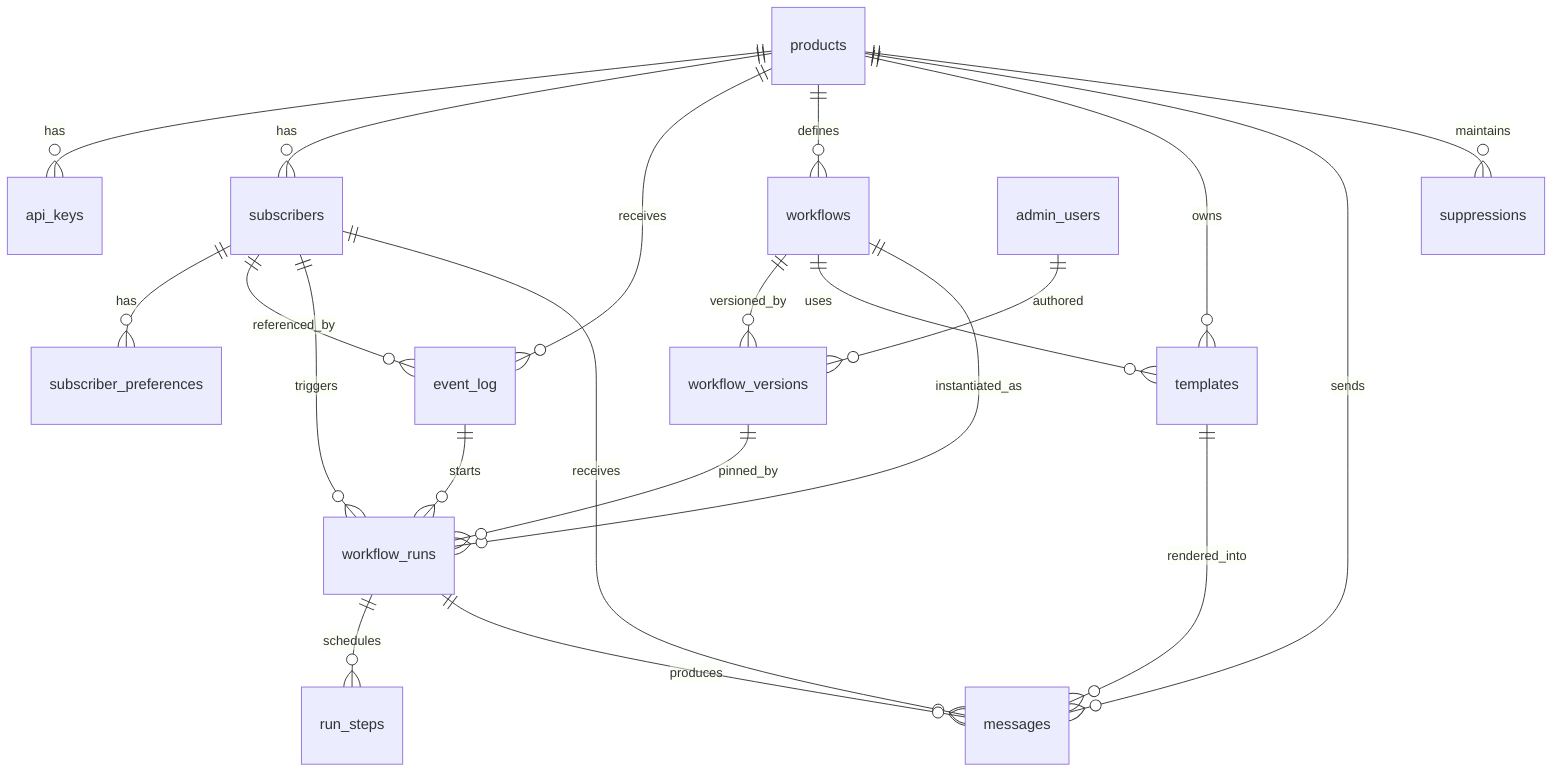
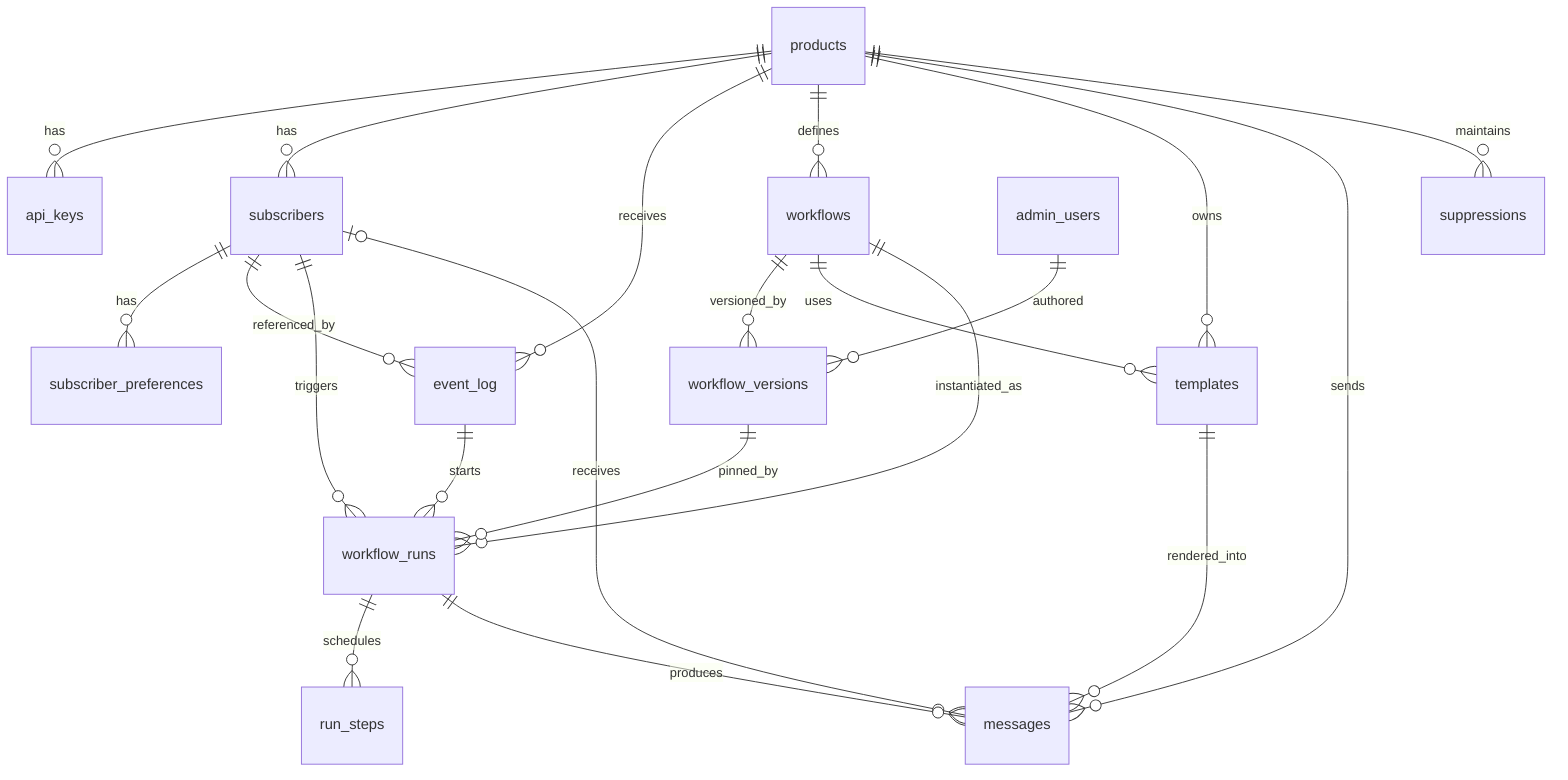
erDiagram
  products ||--o{ api_keys : has
  products ||--o{ subscribers : has
  products ||--o{ event_log : receives
  products ||--o{ workflows : defines
  products ||--o{ templates : owns
  products ||--o{ messages : sends
  products ||--o{ suppressions : maintains
  subscribers ||--o{ subscriber_preferences : has
  subscribers ||--o{ event_log : referenced_by
  subscribers ||--o{ workflow_runs : triggers
-   subscribers ||--o{ messages : receives
+   subscribers |o--o{ messages : receives
  workflows ||--o{ workflow_versions : versioned_by
  workflows ||--o{ templates : uses
  workflows ||--o{ workflow_runs : instantiated_as
  workflow_versions ||--o{ workflow_runs : pinned_by
  workflow_runs ||--o{ run_steps : schedules
  workflow_runs ||--o{ messages : produces
  templates ||--o{ messages : rendered_into
  event_log ||--o{ workflow_runs : starts
  admin_users ||--o{ workflow_versions : authored
